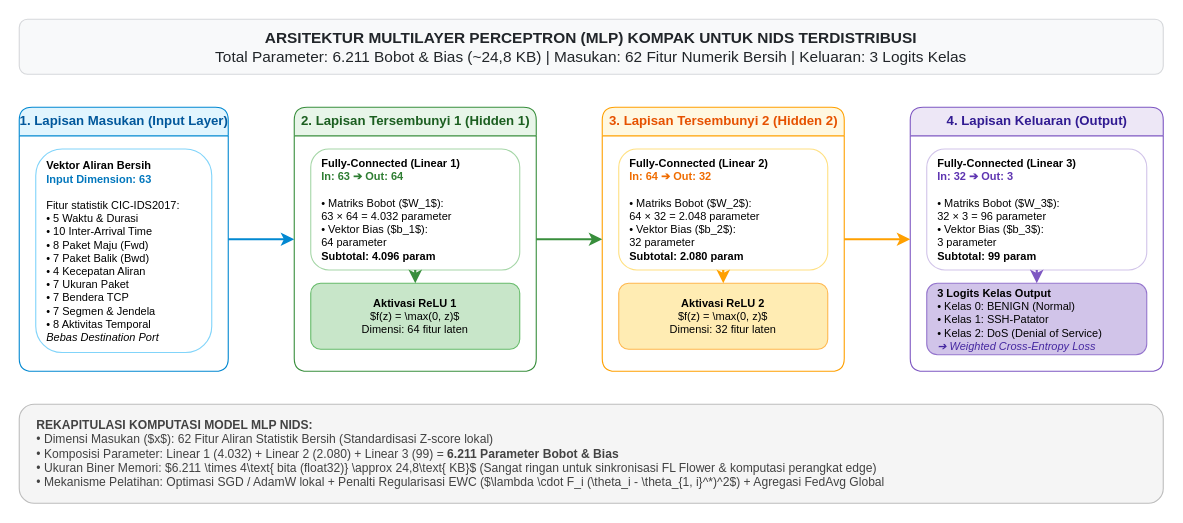
The draw.io diagram Aset/arsitektur_model_mlp.drawio in rhaffle87/brief-thesis, before the edit. Source tidied: cells renumbered, new cells numbered last; positions are measured from the earlier drawing's top-left corner, leaving out a move shared by most shapes. Both pictures are drawn from the tidied source at 110%, with x=0, y=0 at pixel (19, 19).
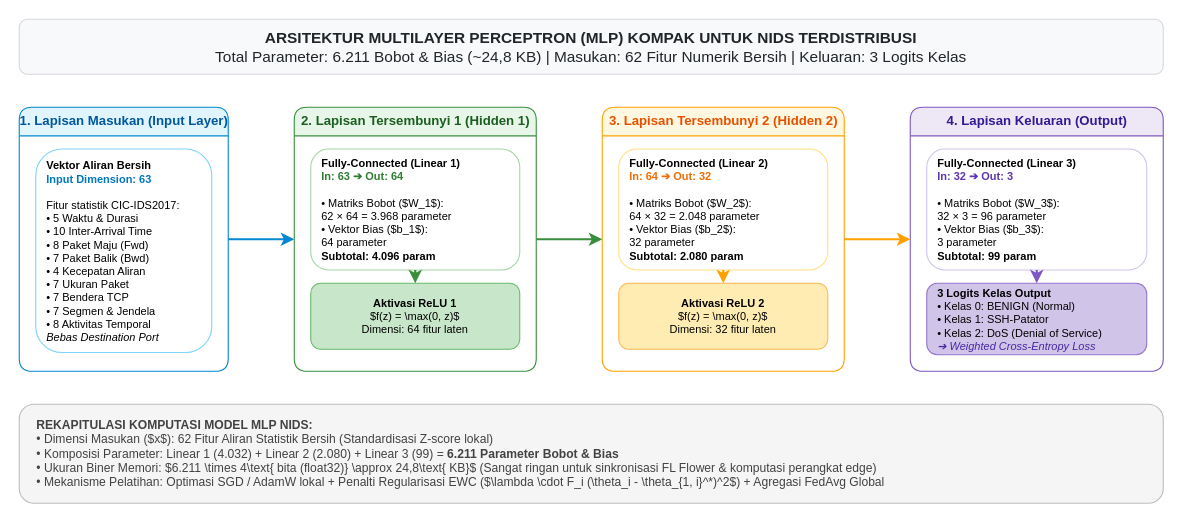
The same diagram, later.

Unchanged cells that the change refers to:
```xml
<mxCell id="5" value="&lt;b&gt;2. Lapisan Tersembunyi 1 (Hidden 1)&lt;/b&gt;" style="swimlane;startSize=26;fillColor=#e8f5e9;strokeColor=#388e3c;fontColor=#1b5e20;fontSize=12;rounded=1;html=1;" parent="1" vertex="1">
  <mxGeometry x="250" y="80" width="220" height="240" as="geometry" />
</mxCell>
```

Diff of the diagram source:
```diff
@@
-    <mxCell id="6" value="&lt;b&gt;Fully-Connected (Linear 1)&lt;/b&gt;&lt;br&gt;&lt;font color=&quot;#2e7d32&quot;&gt;&lt;b&gt;In: 63 ➔ Out: 64&lt;/b&gt;&lt;/font&gt;&lt;br&gt;&lt;br&gt;• Matriks Bobot ($W_1$):&lt;br&gt;  63 × 64 = 4.032 parameter&lt;br&gt;• Vektor Bias ($b_1$):&lt;br&gt;  64 parameter&lt;br&gt;&lt;b&gt;Subtotal: 4.096 param&lt;/b&gt;" style="rounded=1;whiteSpace=wrap;html=1;fillColor=#ffffff;strokeColor=#a5d6a7;fontSize=10;align=left;spacingLeft=8;" parent="5" vertex="1">
+    <mxCell id="6" value="&lt;b&gt;Fully-Connected (Linear 1)&lt;/b&gt;&lt;br&gt;&lt;font color=&quot;#2e7d32&quot;&gt;&lt;b&gt;In: 63 ➔ Out: 64&lt;/b&gt;&lt;/font&gt;&lt;br&gt;&lt;br&gt;• Matriks Bobot ($W_1$):&lt;br&gt;  62 × 64 = 3.968 parameter&lt;br&gt;• Vektor Bias ($b_1$):&lt;br&gt;  64 parameter&lt;br&gt;&lt;b&gt;Subtotal: 4.096 param&lt;/b&gt;" style="rounded=1;whiteSpace=wrap;html=1;fillColor=#ffffff;strokeColor=#a5d6a7;fontSize=10;align=left;spacingLeft=8;" parent="5" vertex="1">
       <mxGeometry x="15" y="38" width="190" height="110" as="geometry" />
     </mxCell>
```
